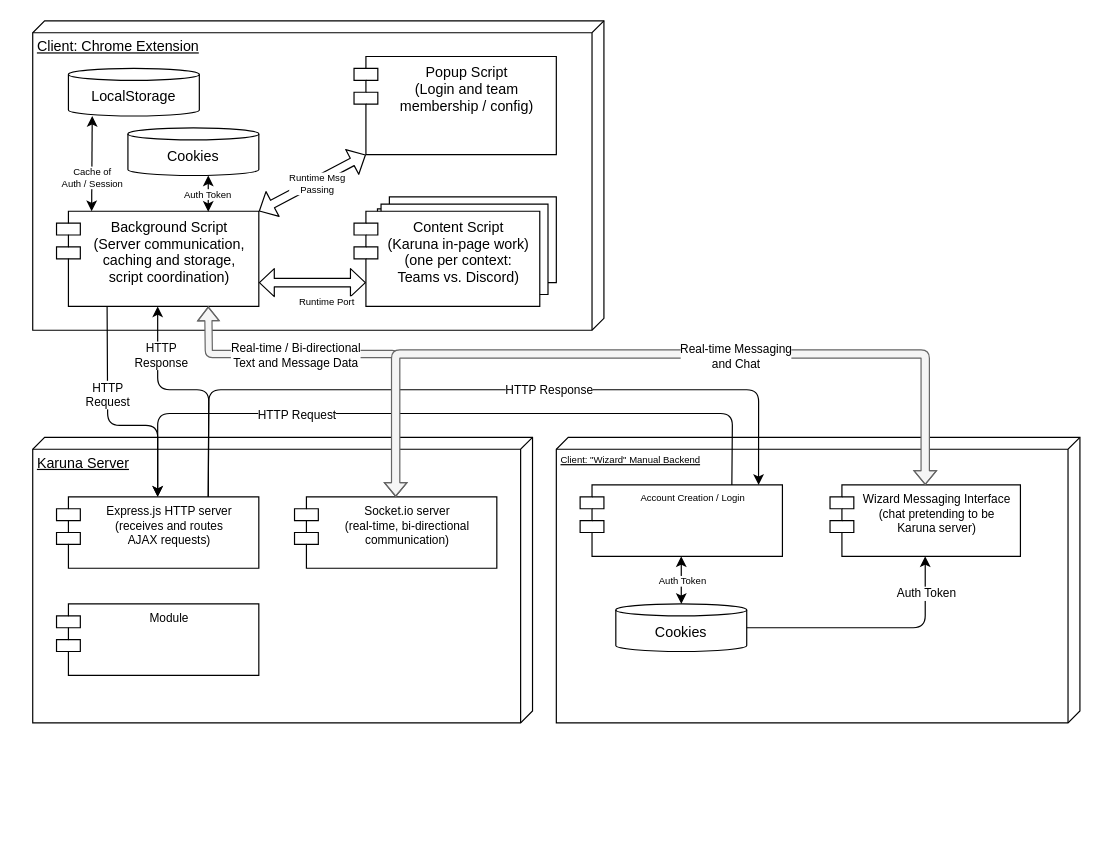
This is EngineeringDiagrams/Karuna-Architecture.drawio from UWStout/eec-common, a draw.io file, before an edit. Source tidied: cells renumbered, new cells numbered last; positions are measured from the earlier drawing's top-left corner, leaving out a move shared by most shapes. Both pictures are drawn from the tidied source at 119%, with x=0, y=0 at pixel (32, 20).
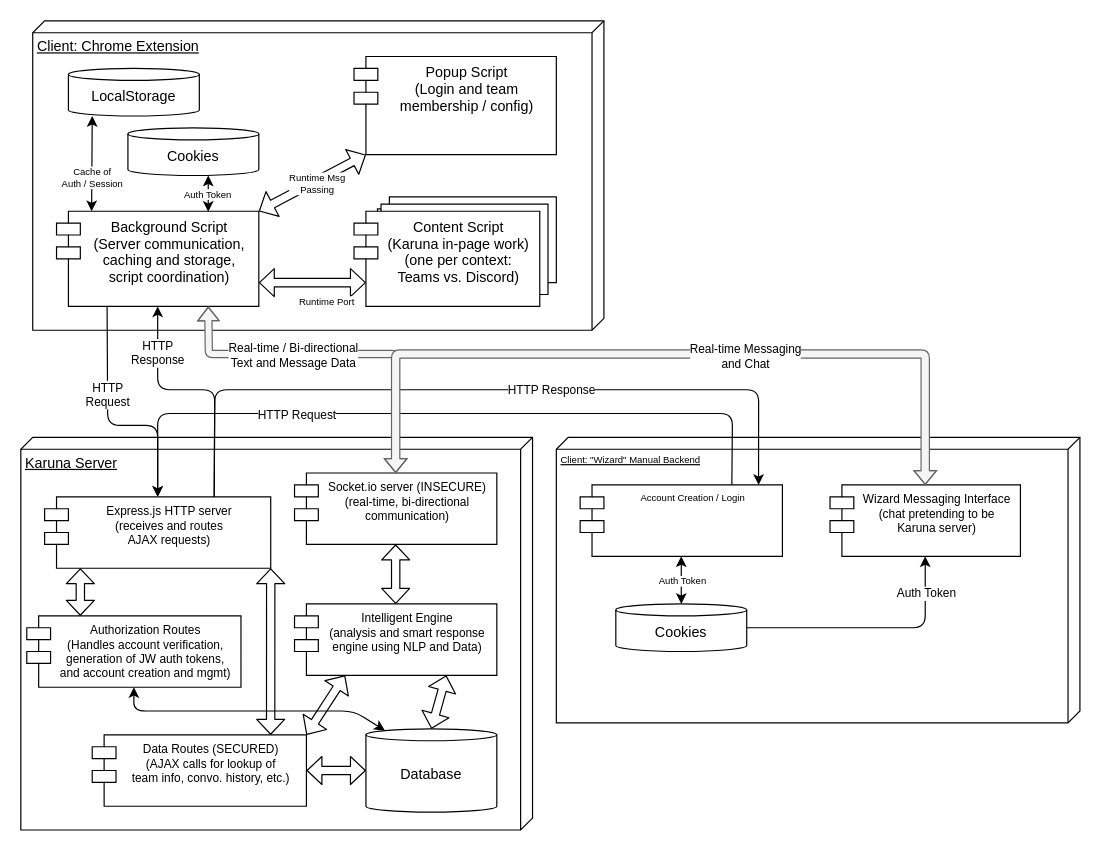
The same page after the edit.

Commit message:
Finished Model of Server in ArchDiag

The change refers to these unchanged cells:
```xml
<mxCell id="3" value="Background Script&#10;(Server communication,&#10;caching and storage,&#10;script coordination)" style="shape=module;align=left;spacingLeft=20;align=center;verticalAlign=top;" parent="1" vertex="1">
  <mxGeometry x="20" y="160" width="170" height="80" as="geometry" />
</mxCell>
<mxCell id="19" style="endArrow=classic;startArrow=classic;html=1;fontSize=10;entryX=0.75;entryY=1;entryDx=0;entryDy=0;exitX=0.5;exitY=0;exitDx=0;exitDy=0;fillColor=#f5f5f5;strokeColor=#666666;shape=flexArrow;width=6;startSize=3.5;startWidth=11;endWidth=11;endSize=3.5;" parent="1" edge="1" source="18" target="3">
  <mxGeometry relative="1" as="geometry">
    <Array as="points">
      <mxPoint x="305" y="280" />
      <mxPoint x="148" y="280" />
    </Array>
  </mxGeometry>
</mxCell>
<mxCell id="30" value="Account Creation / Login" style="shape=module;align=left;spacingLeft=20;align=center;verticalAlign=top;fontSize=8;" parent="1" vertex="1">
  <mxGeometry x="460" y="390" width="170" height="60" as="geometry" />
</mxCell>
```

Diff of the diagram source:
```diff
@@
     <mxCell id="8" value="Karuna Server" style="verticalAlign=top;align=left;spacingTop=8;spacingLeft=2;spacingRight=12;shape=cube;size=10;direction=south;fontStyle=4;html=1;" parent="1" vertex="1">
-      <mxGeometry y="350" width="420" height="240" as="geometry" />
+      <mxGeometry x="-10" y="350" width="430" height="330" as="geometry" />
     </mxCell>
@@
     <mxCell id="17" value="Express.js HTTP server&#10;(receives and routes&#10;AJAX requests)" style="shape=module;align=left;spacingLeft=20;align=center;verticalAlign=top;fontSize=10;" parent="1" vertex="1">
-      <mxGeometry x="20" y="400" width="170" height="60" as="geometry" />
+      <mxGeometry x="10" y="400" width="190" height="60" as="geometry" />
     </mxCell>
-    <mxCell id="18" value="Socket.io server&#10;(real-time, bi-directional&#10;communication)" style="shape=module;align=left;spacingLeft=20;align=center;verticalAlign=top;fontSize=10;" parent="1" vertex="1">
-      <mxGeometry x="220" y="400" width="170" height="60" as="geometry" />
+    <mxCell id="18" value="Socket.io server (INSECURE)&#10;(real-time, bi-directional&#10;communication)" style="shape=module;align=left;spacingLeft=20;align=center;verticalAlign=top;fontSize=10;" parent="1" vertex="1">
+      <mxGeometry x="220" y="380" width="170" height="60" as="geometry" />
     </mxCell>
@@
     <mxCell id="20" value="Real-time / Bi-directional&lt;br&gt;Text and Message Data" style="edgeLabel;html=1;align=center;verticalAlign=middle;fontSize=10;" parent="19" vertex="1">
       <mxGeometry x="-0.03" relative="1" as="geometry">
-        <mxPoint x="-50.5" as="offset" />
+        <mxPoint x="-42.5" as="offset" />
       </mxGeometry>
     </mxCell>
@@
     <mxCell id="23" style="endArrow=classic;html=1;fontSize=10;entryX=0.5;entryY=1;entryDx=0;entryDy=0;exitX=0.75;exitY=0;exitDx=0;exitDy=0;" parent="1" edge="1" source="17" target="3">
       <mxGeometry relative="1" as="geometry">
         <Array as="points">
-          <mxPoint x="148" y="310" />
+          <mxPoint x="153" y="310" />
           <mxPoint x="105" y="310" />
         </Array>
       </mxGeometry>
     </mxCell>
     <mxCell id="24" value="HTTP&lt;br&gt;Response" style="edgeLabel;html=1;align=center;verticalAlign=middle;fontSize=10;" parent="23" vertex="1">
       <mxGeometry x="-0.19" relative="1" as="geometry">
-        <mxPoint x="-40" y="-38" as="offset" />
+        <mxPoint x="-48" y="-38" as="offset" />
       </mxGeometry>
     </mxCell>
@@
     <mxCell id="36" style="endArrow=classic;html=1;fontSize=10;exitX=0.75;exitY=0;exitDx=0;exitDy=0;entryX=0.882;entryY=0;entryDx=0;entryDy=0;entryPerimeter=0;" parent="1" edge="1" source="17" target="30">
       <mxGeometry relative="1" as="geometry">
         <Array as="points">
-          <mxPoint x="148" y="310" />
+          <mxPoint x="153" y="310" />
           <mxPoint x="610" y="310" />
         </Array>
       </mxGeometry>
     </mxCell>
@@
-    <mxCell id="44" value="Module" style="shape=module;align=left;spacingLeft=20;align=center;verticalAlign=top;fontSize=10;" parent="1" vertex="1">
-      <mxGeometry x="20" y="490" width="170" height="60" as="geometry" />
+    <mxCell id="44" value="Authorization Routes&#10;(Handles account verification,&#10;generation of JW auth tokens,&#10;and account creation and mgmt)" style="shape=module;align=left;spacingLeft=20;align=center;verticalAlign=top;fontSize=10;" parent="1" vertex="1">
+      <mxGeometry x="-5" y="500" width="180" height="60" as="geometry" />
     </mxCell>
+    <mxCell id="45" value="Data Routes (SECURED)&#10;(AJAX calls for lookup of&#10;team info, convo. history, etc.)" style="shape=module;align=left;spacingLeft=20;align=center;verticalAlign=top;fontSize=10;" parent="1" vertex="1">
+      <mxGeometry x="50" y="600" width="180" height="60" as="geometry" />
+    </mxCell>
+    <mxCell id="46" style="shape=flexArrow;endArrow=classic;startArrow=classic;html=1;fontSize=10;exitX=0.25;exitY=0;exitDx=0;exitDy=0;entryX=0.158;entryY=1;entryDx=0;entryDy=0;width=7;startSize=3.835;endSize=3.835;endWidth=15.5;startWidth=15.5;entryPerimeter=0;" parent="1" edge="1" source="44" target="17">
+      <mxGeometry relative="1" as="geometry" />
+    </mxCell>
+    <mxCell id="47" style="shape=flexArrow;endArrow=classic;startArrow=classic;html=1;fontSize=10;exitX=0.833;exitY=0;exitDx=0;exitDy=0;entryX=1;entryY=1;entryDx=0;entryDy=0;width=7;startSize=3.835;endSize=3.835;endWidth=15.5;startWidth=15.5;exitPerimeter=0;" parent="1" edge="1" source="45" target="17">
+      <mxGeometry relative="1" as="geometry" />
+    </mxCell>
+    <mxCell id="48" value="Database" style="shape=cylinder3;whiteSpace=wrap;html=1;boundedLbl=1;backgroundOutline=1;size=5;" parent="1" vertex="1">
+      <mxGeometry x="280" y="595" width="110" height="70" as="geometry" />
+    </mxCell>
+    <mxCell id="49" style="shape=flexArrow;endArrow=classic;startArrow=classic;html=1;fontSize=10;width=7;startSize=3.835;endSize=3.835;endWidth=15.5;startWidth=15.5;entryX=1;entryY=0.5;entryDx=0;entryDy=0;exitX=0;exitY=0.5;exitDx=0;exitDy=0;exitPerimeter=0;" parent="1" edge="1" source="48" target="45">
+      <mxGeometry relative="1" as="geometry" />
+    </mxCell>
+    <mxCell id="50" value="Intelligent Engine&#10;(analysis and smart response&#10;engine using NLP and Data)" style="shape=module;align=left;spacingLeft=20;align=center;verticalAlign=top;fontSize=10;" parent="1" vertex="1">
+      <mxGeometry x="220" y="490" width="170" height="60" as="geometry" />
+    </mxCell>
+    <mxCell id="51" style="shape=flexArrow;endArrow=classic;startArrow=classic;html=1;fontSize=10;exitX=0.25;exitY=1;exitDx=0;exitDy=0;entryX=1;entryY=0;entryDx=0;entryDy=0;width=7;startSize=3.835;endSize=3.835;endWidth=15.5;startWidth=15.5;" parent="1" edge="1" source="50" target="45">
+      <mxGeometry relative="1" as="geometry" />
+    </mxCell>
+    <mxCell id="52" style="shape=flexArrow;endArrow=classic;startArrow=classic;html=1;fontSize=10;exitX=0.75;exitY=1;exitDx=0;exitDy=0;entryX=0.5;entryY=0;entryDx=0;entryDy=0;width=7;startSize=3.835;endSize=3.835;endWidth=15.5;startWidth=15.5;entryPerimeter=0;" parent="1" edge="1" source="50" target="48">
+      <mxGeometry relative="1" as="geometry" />
+    </mxCell>
+    <mxCell id="53" style="shape=flexArrow;endArrow=classic;startArrow=classic;html=1;fontSize=10;exitX=0.5;exitY=1;exitDx=0;exitDy=0;entryX=0.5;entryY=0;entryDx=0;entryDy=0;width=7;startSize=3.835;endSize=3.835;endWidth=15.5;startWidth=15.5;" parent="1" edge="1" source="18" target="50">
+      <mxGeometry relative="1" as="geometry" />
+    </mxCell>
+    <mxCell id="54" style="endArrow=classic;startArrow=classic;html=1;fontSize=10;entryX=0.5;entryY=1;entryDx=0;entryDy=0;exitX=0.145;exitY=0;exitDx=0;exitDy=1.45;exitPerimeter=0;" parent="1" edge="1" source="48" target="44">
+      <mxGeometry relative="1" as="geometry">
+        <Array as="points">
+          <mxPoint x="270" y="580" />
+          <mxPoint x="85" y="580" />
+        </Array>
+      </mxGeometry>
+    </mxCell>
```
